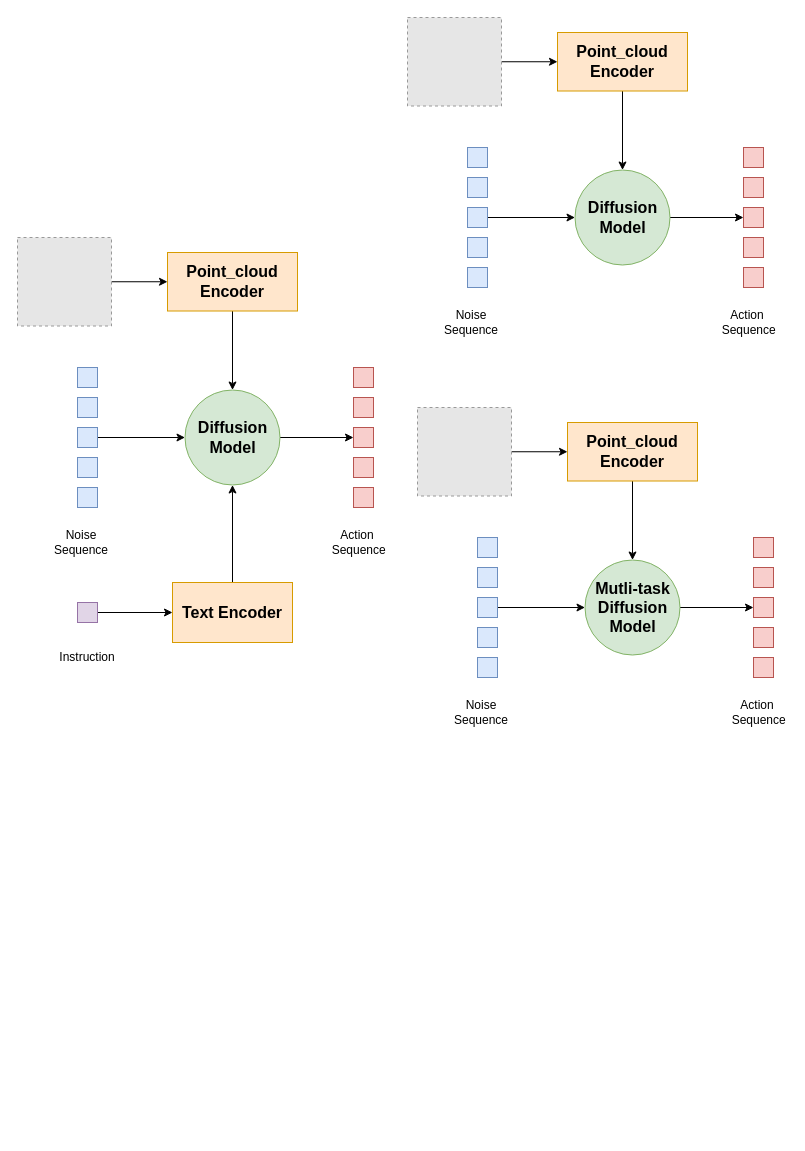
Earlier version of the draw.io diagram diffusiion.drawio (1223haohao/picture). Source tidied: cells renumbered, new cells numbered last; positions are measured from the earlier drawing's top-left corner, leaving out a move shared by most shapes. Both pictures are drawn from the tidied source at 100%, with x=0, y=0 at pixel (17, 17). Pictures stored in the file or linked from it are replaced by grey dashed boxes.
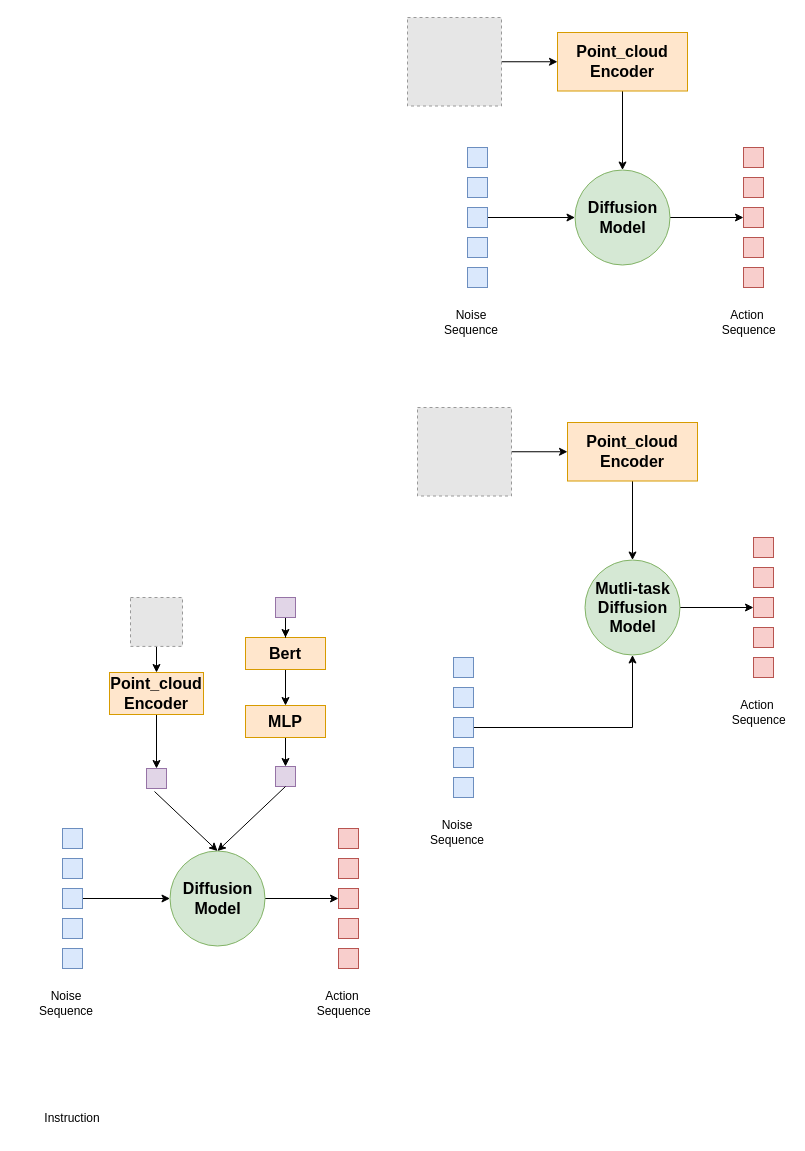
The same diagram, later.

What changed in the source:
```diff
@@
-    <mxCell id="21" style="edgeStyle=orthogonalEdgeStyle;rounded=0;jettySize=auto;html=1;" parent="1" edge="1" source="22" target="26">
-      <mxGeometry relative="1" as="geometry" />
-    </mxCell>
+    <mxCell id="64" style="edgeStyle=orthogonalEdgeStyle;rounded=0;jettySize=auto;html=1;" parent="1" edge="1" source="22" target="69">
+      <mxGeometry relative="1" as="geometry" />
+    </mxCell>
     <mxCell id="22" value="&lt;b&gt;&lt;font style=&quot;font-size: 16px;&quot;&gt;Point_cloud Encoder&lt;/font&gt;&lt;/b&gt;" style="rounded=0;whiteSpace=wrap;html=1;fillColor=#ffe6cc;strokeColor=#d79b00;" parent="1" vertex="1">
-      <mxGeometry x="150" y="235" width="130" height="58.5" as="geometry" />
+      <mxGeometry x="92" y="655" width="94" height="42" as="geometry" />
     </mxCell>
@@
     <mxCell id="24" style="fillColor=#E6E6E6;strokeColor=#999999;dashed=1;verticalLabelPosition=bottom;labelBackgroundColor=default;verticalAlign=top;" parent="1" vertex="1">
-      <mxGeometry y="220" width="94" height="88.5" as="geometry" />
+      <mxGeometry x="113" y="580" width="52" height="48.9" as="geometry" />
     </mxCell>
@@
     <mxCell id="26" value="&lt;b&gt;&lt;font style=&quot;font-size: 16px;&quot;&gt;Diffusion Model&lt;/font&gt;&lt;/b&gt;" style="ellipse;whiteSpace=wrap;html=1;fillColor=#d5e8d4;strokeColor=#82b366;" parent="1" vertex="1">
-      <mxGeometry x="167.5" y="372.5" width="95" height="95" as="geometry" />
+      <mxGeometry x="152.5" y="833.5" width="95" height="95" as="geometry" />
     </mxCell>
     <mxCell id="27" style="rounded=0;whiteSpace=wrap;html=1;fillColor=#dae8fc;strokeColor=#6c8ebf;" parent="1" vertex="1">
-      <mxGeometry x="60" y="380" width="20" height="20" as="geometry" />
+      <mxGeometry x="45" y="841" width="20" height="20" as="geometry" />
     </mxCell>
     <mxCell id="28" style="rounded=0;whiteSpace=wrap;html=1;fillColor=#dae8fc;strokeColor=#6c8ebf;" parent="1" vertex="1">
-      <mxGeometry x="60" y="470" width="20" height="20" as="geometry" />
+      <mxGeometry x="45" y="931" width="20" height="20" as="geometry" />
     </mxCell>
     <mxCell id="29" style="rounded=0;whiteSpace=wrap;html=1;fillColor=#dae8fc;strokeColor=#6c8ebf;" parent="1" vertex="1">
-      <mxGeometry x="60" y="440" width="20" height="20" as="geometry" />
+      <mxGeometry x="45" y="901" width="20" height="20" as="geometry" />
     </mxCell>
@@
     <mxCell id="31" style="rounded=0;whiteSpace=wrap;html=1;fillColor=#dae8fc;strokeColor=#6c8ebf;" parent="1" vertex="1">
-      <mxGeometry x="60" y="410" width="20" height="20" as="geometry" />
+      <mxGeometry x="45" y="871" width="20" height="20" as="geometry" />
     </mxCell>
     <mxCell id="32" value="Noise Sequence" style="text;html=1;align=center;verticalAlign=middle;whiteSpace=wrap;rounded=0;" parent="1" vertex="1">
-      <mxGeometry x="34" y="510" width="60" height="30" as="geometry" />
+      <mxGeometry x="19" y="971" width="60" height="30" as="geometry" />
     </mxCell>
     <mxCell id="33" style="rounded=0;whiteSpace=wrap;html=1;fillColor=#dae8fc;strokeColor=#6c8ebf;" parent="1" vertex="1">
-      <mxGeometry x="60" y="350" width="20" height="20" as="geometry" />
+      <mxGeometry x="45" y="811" width="20" height="20" as="geometry" />
     </mxCell>
     <mxCell id="34" style="rounded=0;whiteSpace=wrap;html=1;fillColor=#f8cecc;strokeColor=#b85450;" parent="1" vertex="1">
-      <mxGeometry x="336" y="380" width="20" height="20" as="geometry" />
+      <mxGeometry x="321" y="841" width="20" height="20" as="geometry" />
     </mxCell>
     <mxCell id="35" style="rounded=0;whiteSpace=wrap;html=1;fillColor=#f8cecc;strokeColor=#b85450;" parent="1" vertex="1">
-      <mxGeometry x="336" y="470" width="20" height="20" as="geometry" />
+      <mxGeometry x="321" y="931" width="20" height="20" as="geometry" />
     </mxCell>
     <mxCell id="36" style="rounded=0;whiteSpace=wrap;html=1;fillColor=#f8cecc;strokeColor=#b85450;" parent="1" vertex="1">
-      <mxGeometry x="336" y="440" width="20" height="20" as="geometry" />
+      <mxGeometry x="321" y="901" width="20" height="20" as="geometry" />
     </mxCell>
     <mxCell id="37" style="rounded=0;whiteSpace=wrap;html=1;fillColor=#f8cecc;strokeColor=#b85450;" parent="1" vertex="1">
-      <mxGeometry x="336" y="410" width="20" height="20" as="geometry" />
+      <mxGeometry x="321" y="871" width="20" height="20" as="geometry" />
     </mxCell>
     <mxCell id="38" value="Action&lt;div&gt;&amp;nbsp;Sequence&lt;/div&gt;" style="text;html=1;align=center;verticalAlign=middle;whiteSpace=wrap;rounded=0;" parent="1" vertex="1">
-      <mxGeometry x="310" y="510" width="60" height="30" as="geometry" />
+      <mxGeometry x="295" y="971" width="60" height="30" as="geometry" />
     </mxCell>
     <mxCell id="39" style="rounded=0;whiteSpace=wrap;html=1;fillColor=#f8cecc;strokeColor=#b85450;" parent="1" vertex="1">
-      <mxGeometry x="336" y="350" width="20" height="20" as="geometry" />
+      <mxGeometry x="321" y="811" width="20" height="20" as="geometry" />
     </mxCell>
-    <mxCell id="40" style="edgeStyle=orthogonalEdgeStyle;rounded=0;jettySize=auto;html=1;" parent="1" edge="1" source="41" target="26">
-      <mxGeometry relative="1" as="geometry" />
-    </mxCell>
+    <mxCell id="65" style="edgeStyle=orthogonalEdgeStyle;rounded=0;jettySize=auto;html=1;" parent="1" edge="1" source="41" target="67">
+      <mxGeometry relative="1" as="geometry" />
+    </mxCell>
-    <mxCell id="41" value="&lt;b&gt;&lt;font style=&quot;font-size: 16px;&quot;&gt;Text Encoder&lt;/font&gt;&lt;/b&gt;" style="rounded=0;whiteSpace=wrap;html=1;fillColor=#ffe6cc;strokeColor=#d79b00;" parent="1" vertex="1">
-      <mxGeometry x="155" y="565" width="120" height="60" as="geometry" />
+    <mxCell id="41" value="&lt;b&gt;&lt;font style=&quot;font-size: 16px;&quot;&gt;Bert&lt;/font&gt;&lt;/b&gt;" style="rounded=0;whiteSpace=wrap;html=1;fillColor=#ffe6cc;strokeColor=#d79b00;" parent="1" vertex="1">
+      <mxGeometry x="228" y="620" width="80" height="32" as="geometry" />
     </mxCell>
@@
     <mxCell id="43" style="rounded=0;whiteSpace=wrap;html=1;fillColor=#e1d5e7;strokeColor=#9673a6;" parent="1" vertex="1">
-      <mxGeometry x="60" y="585" width="20" height="20" as="geometry" />
+      <mxGeometry x="258" y="580" width="20" height="20" as="geometry" />
     </mxCell>
     <mxCell id="44" value="Instruction" style="text;html=1;align=center;verticalAlign=middle;whiteSpace=wrap;rounded=0;" parent="1" vertex="1">
-      <mxGeometry x="40" y="625" width="60" height="30" as="geometry" />
+      <mxGeometry x="25" y="1086" width="60" height="30" as="geometry" />
     </mxCell>
@@
     <mxCell id="51" style="rounded=0;whiteSpace=wrap;html=1;fillColor=#dae8fc;strokeColor=#6c8ebf;" parent="1" vertex="1">
-      <mxGeometry x="460" y="550" width="20" height="20" as="geometry" />
+      <mxGeometry x="436" y="670" width="20" height="20" as="geometry" />
     </mxCell>
     <mxCell id="52" style="rounded=0;whiteSpace=wrap;html=1;fillColor=#dae8fc;strokeColor=#6c8ebf;" parent="1" vertex="1">
-      <mxGeometry x="460" y="640" width="20" height="20" as="geometry" />
+      <mxGeometry x="436" y="760" width="20" height="20" as="geometry" />
     </mxCell>
     <mxCell id="53" style="rounded=0;whiteSpace=wrap;html=1;fillColor=#dae8fc;strokeColor=#6c8ebf;" parent="1" vertex="1">
-      <mxGeometry x="460" y="610" width="20" height="20" as="geometry" />
+      <mxGeometry x="436" y="730" width="20" height="20" as="geometry" />
     </mxCell>
@@
     <mxCell id="55" style="rounded=0;whiteSpace=wrap;html=1;fillColor=#dae8fc;strokeColor=#6c8ebf;" parent="1" vertex="1">
-      <mxGeometry x="460" y="580" width="20" height="20" as="geometry" />
+      <mxGeometry x="436" y="700" width="20" height="20" as="geometry" />
     </mxCell>
     <mxCell id="56" value="Noise Sequence" style="text;html=1;align=center;verticalAlign=middle;whiteSpace=wrap;rounded=0;" parent="1" vertex="1">
-      <mxGeometry x="434" y="680" width="60" height="30" as="geometry" />
+      <mxGeometry x="410" y="800" width="60" height="30" as="geometry" />
     </mxCell>
     <mxCell id="57" style="rounded=0;whiteSpace=wrap;html=1;fillColor=#dae8fc;strokeColor=#6c8ebf;" parent="1" vertex="1">
-      <mxGeometry x="460" y="520" width="20" height="20" as="geometry" />
+      <mxGeometry x="436" y="640" width="20" height="20" as="geometry" />
     </mxCell>
@@
+    <mxCell id="66" style="edgeStyle=orthogonalEdgeStyle;rounded=0;jettySize=auto;html=1;" parent="1" edge="1" source="67" target="68">
+      <mxGeometry relative="1" as="geometry" />
+    </mxCell>
+    <mxCell id="67" value="&lt;b&gt;&lt;font style=&quot;font-size: 16px;&quot;&gt;MLP&lt;/font&gt;&lt;/b&gt;" style="rounded=0;whiteSpace=wrap;html=1;fillColor=#ffe6cc;strokeColor=#d79b00;" parent="1" vertex="1">
+      <mxGeometry x="228" y="688" width="80" height="32" as="geometry" />
+    </mxCell>
+    <mxCell id="68" style="rounded=0;whiteSpace=wrap;html=1;fillColor=#e1d5e7;strokeColor=#9673a6;" parent="1" vertex="1">
+      <mxGeometry x="258" y="749" width="20" height="20" as="geometry" />
+    </mxCell>
+    <mxCell id="69" style="rounded=0;whiteSpace=wrap;html=1;fillColor=#e1d5e7;strokeColor=#9673a6;" parent="1" vertex="1">
+      <mxGeometry x="129" y="751" width="20" height="20" as="geometry" />
+    </mxCell>
+    <mxCell id="70" style="endArrow=classic;html=1;rounded=0;entryX=0.5;entryY=0;entryDx=0;entryDy=0;" parent="1" edge="1" target="26">
+      <mxGeometry relative="1" as="geometry">
+        <mxPoint x="137" y="774" as="sourcePoint" />
+      </mxGeometry>
+    </mxCell>
+    <mxCell id="71" style="endArrow=classic;html=1;rounded=0;exitX=0.5;exitY=1;exitDx=0;exitDy=0;entryX=0.5;entryY=0;entryDx=0;entryDy=0;" parent="1" edge="1" source="68" target="26">
+      <mxGeometry relative="1" as="geometry" />
+    </mxCell>
```
